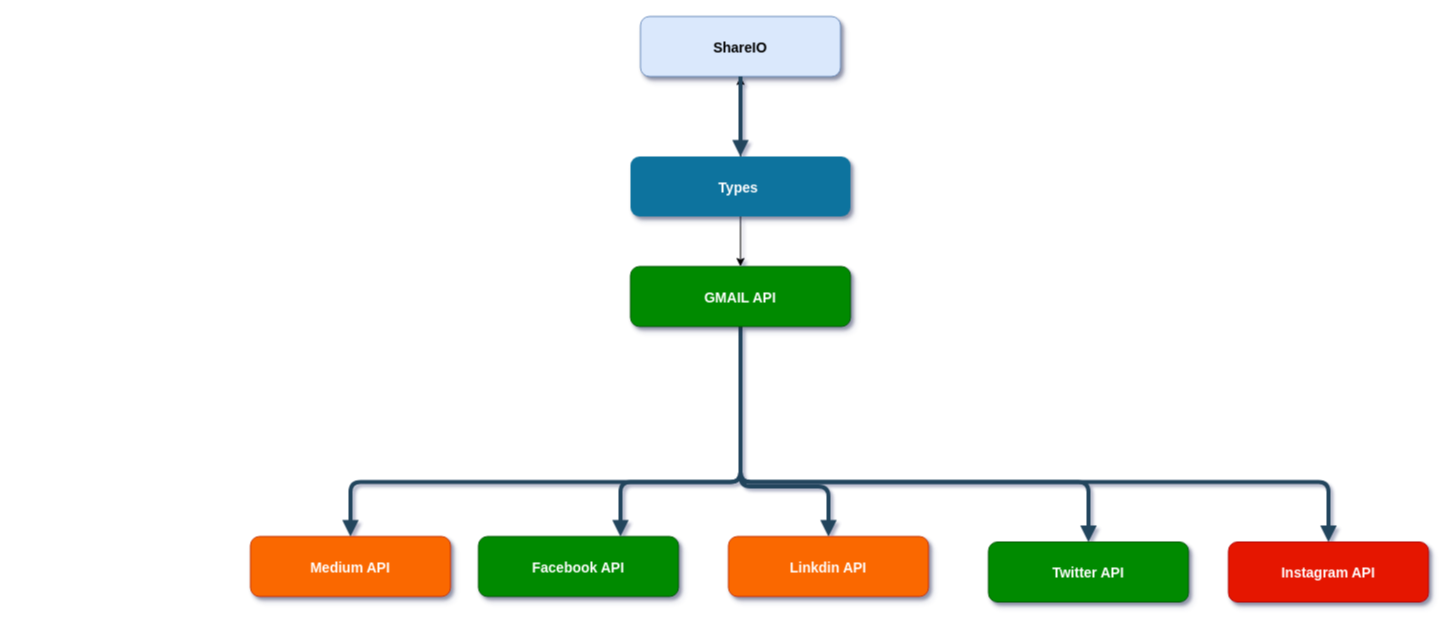
S-8506/codenaive keeps this draw.io diagram as ShareIO.drawio. Above is the earlier version. Source tidied: cells renumbered, new cells numbered last; positions are measured from the earlier drawing's top-left corner, leaving out a move shared by most shapes. Both pictures are drawn from the tidied source at 100%, with x=0, y=0 at pixel (250, 16).
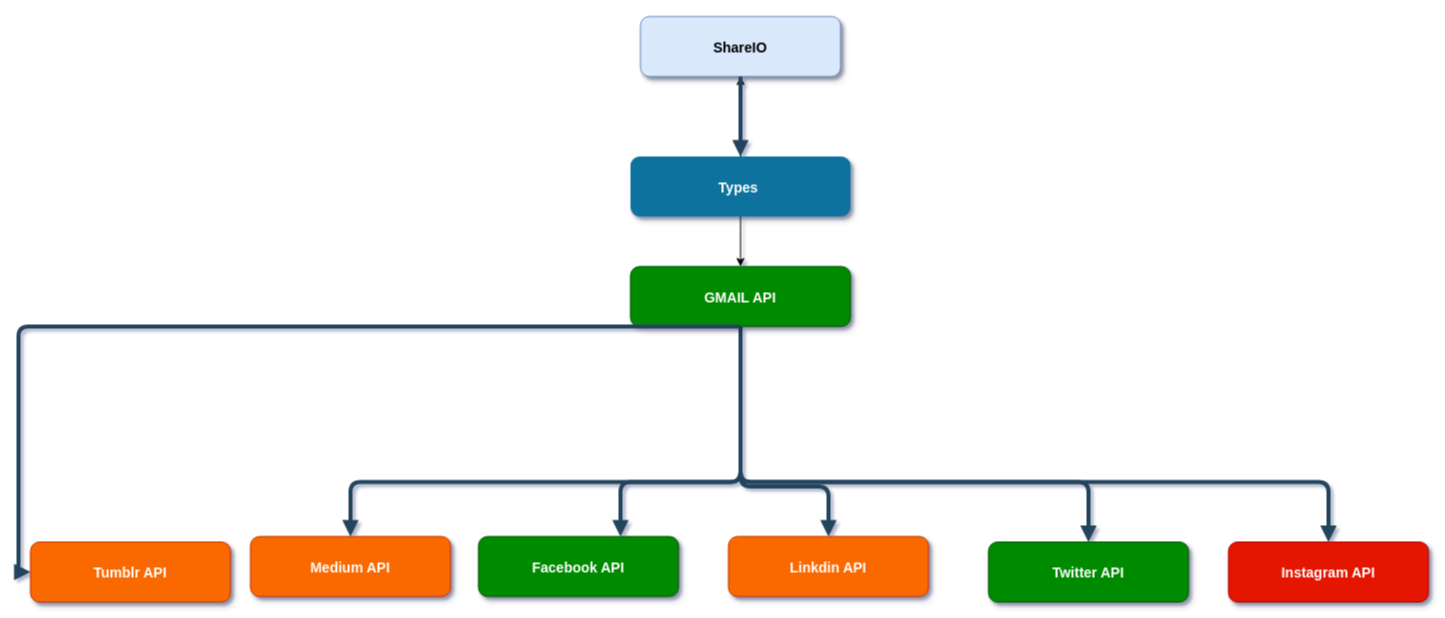
After the change.

Unchanged cells that the change refers to:
```xml
<mxCell id="16" value="GMAIL API" style="rounded=1;fillColor=#008a00;strokeColor=#005700;shadow=1;fontStyle=1;fontColor=#ffffff;fontSize=14;" parent="1" vertex="1">
  <mxGeometry x="380" y="250" width="220" height="60" as="geometry" />
</mxCell>
```

The edit, as a diff of the source:
```diff
@@
+    <mxCell id="18" value="Tumblr API" style="rounded=1;fillColor=#fa6800;strokeColor=#C73500;shadow=1;fontStyle=1;fontSize=14;fontColor=#ffffff;" parent="1" vertex="1">
+      <mxGeometry x="-220" y="525.5" width="200" height="60" as="geometry" />
+    </mxCell>
+    <mxCell id="19" style="edgeStyle=elbowEdgeStyle;elbow=vertical;strokeWidth=4;endArrow=block;endFill=1;fontStyle=1;strokeColor=#23445D;exitX=0.5;exitY=1;exitDx=0;exitDy=0;" parent="1" edge="1" source="16" target="18">
+      <mxGeometry x="-198" y="171" as="geometry">
+        <Array as="points">
+          <mxPoint x="-232" y="275.5" />
+          <mxPoint x="238" y="465.5" />
+          <mxPoint x="50" y="471" />
+        </Array>
+      </mxGeometry>
+    </mxCell>
```
